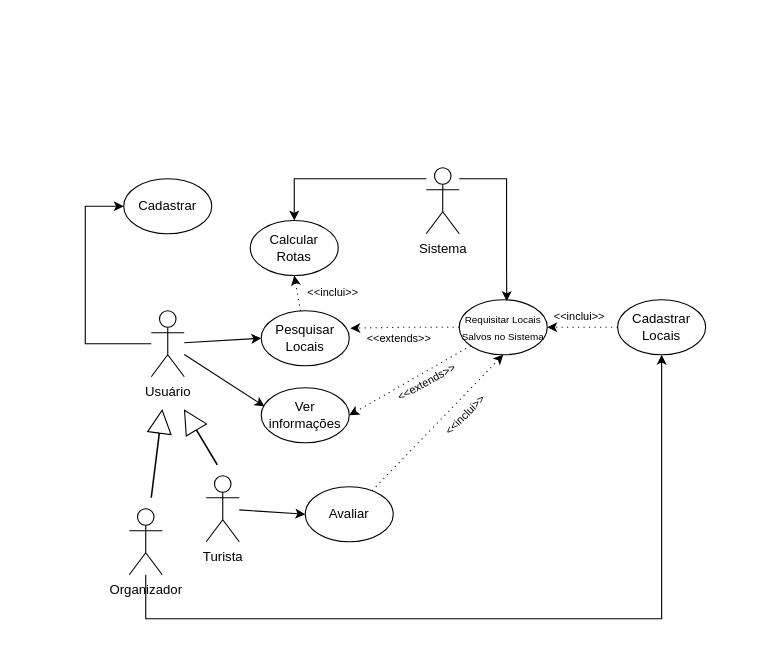
The draw.io diagram DiagramaClasse_Ver01.drawio in END-the/ewrerwewr, before the edit. Source tidied: cells renumbered, new cells numbered last; positions are measured from the earlier drawing's top-left corner, leaving out a move shared by most shapes. Both pictures are drawn from the tidied source at 110%, with x=0, y=0 at pixel (85, 167).
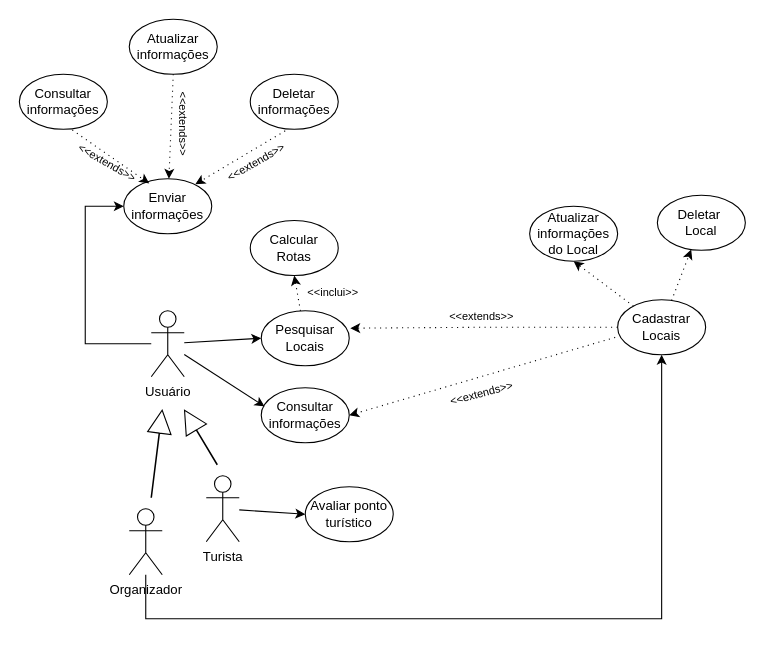
Above is the later version.

Unchanged cells that the change refers to:
```xml
<mxCell id="8" value="Pesquisar Locais" style="ellipse;whiteSpace=wrap;html=1;" parent="1" vertex="1">
  <mxGeometry x="160" y="130" width="80" height="50" as="geometry" />
</mxCell>
<mxCell id="9" value="Cadastrar Locais" style="ellipse;whiteSpace=wrap;html=1;" parent="1" vertex="1">
  <mxGeometry x="484" y="120" width="80" height="50" as="geometry" />
</mxCell>
<mxCell id="10" value="Calcular Rotas" style="ellipse;whiteSpace=wrap;html=1;" parent="1" vertex="1">
  <mxGeometry x="150" y="48" width="80" height="50" as="geometry" />
</mxCell>
```

What changed in the source:
```diff
@@
+    <mxCell id="32" style="rounded=0;jettySize=auto;html=1;entryX=0.5;entryY=1;entryDx=0;entryDy=0;dashed=1;dashPattern=1 4;" parent="1" edge="1" source="9" target="45">
+      <mxGeometry relative="1" as="geometry" />
+    </mxCell>
+    <mxCell id="33" style="rounded=0;jettySize=auto;html=1;startArrow=none;startFill=0;dashed=1;dashPattern=1 4;" parent="1" edge="1" source="9" target="46">
+      <mxGeometry relative="1" as="geometry" />
+    </mxCell>
@@
-    <mxCell id="11" style="rounded=0;jettySize=auto;html=1;entryX=1;entryY=0.5;entryDx=0;entryDy=0;dashed=1;dashPattern=1 4;" parent="1" edge="1" source="12" target="18">
-      <mxGeometry relative="1" as="geometry" />
-    </mxCell>
-    <mxCell id="12" value="&lt;font style=&quot;font-size: 9px;&quot;&gt;Requisitar Locais Salvos no Sistema&lt;/font&gt;" style="ellipse;whiteSpace=wrap;html=1;" parent="1" vertex="1">
-      <mxGeometry x="340" y="120" width="80" height="50" as="geometry" />
-    </mxCell>
-    <mxCell id="13" style="edgeStyle=orthogonalEdgeStyle;rounded=0;jettySize=auto;html=1;entryX=1.012;entryY=0.317;entryDx=0;entryDy=0;entryPerimeter=0;dashed=1;dashPattern=1 4;" parent="1" edge="1" source="12" target="8">
+    <mxCell id="13" style="edgeStyle=orthogonalEdgeStyle;rounded=0;jettySize=auto;html=1;entryX=1.012;entryY=0.317;entryDx=0;entryDy=0;entryPerimeter=0;dashed=1;dashPattern=1 4;exitX=0;exitY=0.5;exitDx=0;exitDy=0;" parent="1" edge="1" source="9" target="8">
       <mxGeometry relative="1" as="geometry" />
     </mxCell>
@@
     <mxCell id="15" value="&lt;font style=&quot;font-size: 10px;&quot;&gt;&amp;lt;&amp;lt;&lt;/font&gt;&lt;span style=&quot;font-size: 10px; background-color: initial;&quot;&gt;extends&amp;gt;&amp;gt;&lt;/span&gt;" style="text;html=1;align=center;verticalAlign=middle;strokeColor=none;fillColor=none;" parent="1" vertex="1">
-      <mxGeometry x="245" y="140" width="80" height="30" as="geometry" />
+      <mxGeometry x="320" y="120" width="80" height="30" as="geometry" />
     </mxCell>
-    <mxCell id="16" style="rounded=0;jettySize=auto;html=1;entryX=1;entryY=0.5;entryDx=0;entryDy=0;dashed=1;dashPattern=1 4;" parent="1" edge="1" source="9" target="12">
-      <mxGeometry relative="1" as="geometry" />
-    </mxCell>
-    <mxCell id="17" value="&lt;font style=&quot;font-size: 10px;&quot;&gt;&amp;lt;&amp;lt;inclui&amp;gt;&amp;gt;&lt;/font&gt;" style="text;html=1;align=center;verticalAlign=middle;strokeColor=none;fillColor=none;" parent="1" vertex="1">
-      <mxGeometry x="414" y="120" width="70" height="30" as="geometry" />
-    </mxCell>
-    <mxCell id="18" value="Ver informações" style="ellipse;whiteSpace=wrap;html=1;" parent="1" vertex="1">
+    <mxCell id="18" value="Consultar informações" style="ellipse;whiteSpace=wrap;html=1;" parent="1" vertex="1">
       <mxGeometry x="160" y="200" width="80" height="50" as="geometry" />
     </mxCell>
@@
-    <mxCell id="20" style="rounded=0;jettySize=auto;html=1;entryX=0.5;entryY=1;entryDx=0;entryDy=0;dashed=1;dashPattern=1 4;" parent="1" edge="1" source="21" target="12">
-      <mxGeometry relative="1" as="geometry" />
-    </mxCell>
-    <mxCell id="21" value="Avaliar" style="ellipse;whiteSpace=wrap;html=1;" parent="1" vertex="1">
+    <mxCell id="21" value="Avaliar ponto tur&lt;span style=&quot;background-color: initial;&quot;&gt;ístico&lt;/span&gt;" style="ellipse;whiteSpace=wrap;html=1;" parent="1" vertex="1">
       <mxGeometry x="200" y="290" width="80" height="50" as="geometry" />
     </mxCell>
-    <mxCell id="22" value="Cadastrar" style="ellipse;whiteSpace=wrap;html=1;" parent="1" vertex="1">
+    <mxCell id="22" value="Enviar informações" style="ellipse;whiteSpace=wrap;html=1;" parent="1" vertex="1">
       <mxGeometry x="35" y="10" width="80" height="50" as="geometry" />
     </mxCell>
@@
-    <mxCell id="27" value="&lt;font style=&quot;font-size: 10px;&quot;&gt;&amp;lt;&amp;lt;&lt;/font&gt;&lt;span style=&quot;font-size: 10px; background-color: initial;&quot;&gt;extends&amp;gt;&amp;gt;&lt;/span&gt;" style="text;html=1;align=center;verticalAlign=middle;strokeColor=none;fillColor=none;rotation=-29;" parent="1" vertex="1">
-      <mxGeometry x="270" y="180" width="80" height="30" as="geometry" />
-    </mxCell>
-    <mxCell id="28" value="&lt;font style=&quot;font-size: 10px;&quot;&gt;&amp;lt;&amp;lt;inclui&amp;gt;&amp;gt;&lt;/font&gt;" style="text;html=1;align=center;verticalAlign=middle;strokeColor=none;fillColor=none;rotation=-45;" parent="1" vertex="1">
-      <mxGeometry x="310" y="210" width="70" height="30" as="geometry" />
-    </mxCell>
-    <mxCell id="29" style="edgeStyle=orthogonalEdgeStyle;rounded=0;jettySize=auto;html=1;entryX=0.5;entryY=0;entryDx=0;entryDy=0;" parent="1" edge="1" source="30" target="10">
-      <mxGeometry relative="1" as="geometry">
-        <Array as="points">
-          <mxPoint x="190" y="10" />
-        </Array>
-      </mxGeometry>
-    </mxCell>
-    <mxCell id="30" value="&lt;div&gt;Sistema&lt;/div&gt;&lt;div&gt;&lt;br&gt;&lt;/div&gt;" style="shape=umlActor;verticalLabelPosition=bottom;verticalAlign=top;html=1;outlineConnect=0;" parent="1" vertex="1">
-      <mxGeometry x="310" width="30" height="60" as="geometry" />
-    </mxCell>
-    <mxCell id="31" style="edgeStyle=orthogonalEdgeStyle;rounded=0;jettySize=auto;html=1;entryX=0.54;entryY=0.025;entryDx=0;entryDy=0;entryPerimeter=0;" parent="1" edge="1" source="30" target="12">
-      <mxGeometry relative="1" as="geometry">
-        <Array as="points">
-          <mxPoint x="383" y="10" />
-          <mxPoint x="383" y="90" />
-        </Array>
-      </mxGeometry>
-    </mxCell>
+    <mxCell id="34" style="rounded=0;jettySize=auto;html=1;entryX=1;entryY=0.5;entryDx=0;entryDy=0;dashed=1;dashPattern=1 4;exitX=-0.028;exitY=0.684;exitDx=0;exitDy=0;exitPerimeter=0;" parent="1" edge="1" source="9" target="18">
+      <mxGeometry relative="1" as="geometry" />
+    </mxCell>
+    <mxCell id="35" value="&lt;font style=&quot;font-size: 10px;&quot;&gt;&amp;lt;&amp;lt;&lt;/font&gt;&lt;span style=&quot;font-size: 10px; background-color: initial;&quot;&gt;extends&amp;gt;&amp;gt;&lt;/span&gt;" style="text;html=1;align=center;verticalAlign=middle;strokeColor=none;fillColor=none;rotation=-15;" parent="1" vertex="1">
+      <mxGeometry x="320" y="190" width="80" height="30" as="geometry" />
+    </mxCell>
+    <mxCell id="36" value="Consultar informações" style="ellipse;whiteSpace=wrap;html=1;" parent="1" vertex="1">
+      <mxGeometry x="-59.9" y="-85" width="80" height="50" as="geometry" />
+    </mxCell>
+    <mxCell id="37" value="Atualizar informações" style="ellipse;whiteSpace=wrap;html=1;" parent="1" vertex="1">
+      <mxGeometry x="40" y="-135" width="80" height="50" as="geometry" />
+    </mxCell>
+    <mxCell id="38" value="Deletar informações" style="ellipse;whiteSpace=wrap;html=1;" parent="1" vertex="1">
+      <mxGeometry x="150" y="-85" width="80" height="50" as="geometry" />
+    </mxCell>
+    <mxCell id="39" style="rounded=0;jettySize=auto;html=1;dashed=1;dashPattern=1 4;exitX=0.5;exitY=1;exitDx=0;exitDy=0;" parent="1" edge="1" source="37" target="22">
+      <mxGeometry relative="1" as="geometry" />
+    </mxCell>
+    <mxCell id="40" style="rounded=0;jettySize=auto;html=1;dashed=1;dashPattern=1 4;exitX=0.397;exitY=1.029;exitDx=0;exitDy=0;exitPerimeter=0;" parent="1" edge="1" source="38">
+      <mxGeometry relative="1" as="geometry">
+        <mxPoint x="100.1" y="15" as="targetPoint" />
+      </mxGeometry>
+    </mxCell>
+    <mxCell id="41" style="rounded=0;jettySize=auto;html=1;dashed=1;dashPattern=1 4;exitX=0.602;exitY=1.014;exitDx=0;exitDy=0;exitPerimeter=0;entryX=0.29;entryY=0.086;entryDx=0;entryDy=0;entryPerimeter=0;" parent="1" edge="1" source="36" target="22">
+      <mxGeometry relative="1" as="geometry" />
+    </mxCell>
+    <mxCell id="42" value="&lt;font style=&quot;font-size: 10px;&quot;&gt;&amp;lt;&amp;lt;&lt;/font&gt;&lt;span style=&quot;font-size: 10px; background-color: initial;&quot;&gt;extends&amp;gt;&amp;gt;&lt;/span&gt;" style="text;html=1;align=center;verticalAlign=middle;strokeColor=none;fillColor=none;rotation=-30;" parent="1" vertex="1">
+      <mxGeometry x="115" y="-20" width="80" height="30" as="geometry" />
+    </mxCell>
+    <mxCell id="43" value="&lt;font style=&quot;font-size: 10px;&quot;&gt;&amp;lt;&amp;lt;&lt;/font&gt;&lt;span style=&quot;font-size: 10px; background-color: initial;&quot;&gt;extends&amp;gt;&amp;gt;&lt;/span&gt;" style="text;html=1;align=center;verticalAlign=middle;strokeColor=none;fillColor=none;rotation=30;" parent="1" vertex="1">
+      <mxGeometry x="-20" y="-20" width="80" height="30" as="geometry" />
+    </mxCell>
+    <mxCell id="44" value="&lt;font style=&quot;font-size: 10px;&quot;&gt;&amp;lt;&amp;lt;&lt;/font&gt;&lt;span style=&quot;font-size: 10px; background-color: initial;&quot;&gt;extends&amp;gt;&amp;gt;&lt;/span&gt;" style="text;html=1;align=center;verticalAlign=middle;strokeColor=none;fillColor=none;rotation=90;" parent="1" vertex="1">
+      <mxGeometry x="50.1" y="-55" width="80" height="30" as="geometry" />
+    </mxCell>
+    <mxCell id="45" value="Atualizar informações do Local" style="ellipse;whiteSpace=wrap;html=1;" parent="1" vertex="1">
+      <mxGeometry x="404" y="35" width="80" height="50" as="geometry" />
+    </mxCell>
+    <mxCell id="46" value="Deletar&amp;nbsp;&lt;div&gt;Local&lt;/div&gt;" style="ellipse;whiteSpace=wrap;html=1;" parent="1" vertex="1">
+      <mxGeometry x="520.1" y="25" width="80" height="50" as="geometry" />
+    </mxCell>
```
